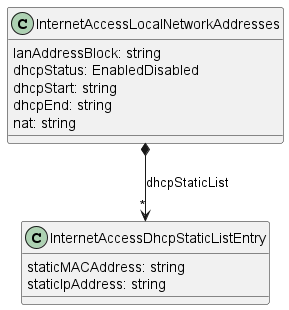
Earlier version of the PlantUML export documentation/productSchema/ip/internetAccess/MEF 139.1 resources/media/17LocalNetworkAddress.png (MEF-GIT/MEF-LSO-Sonata-SDK).
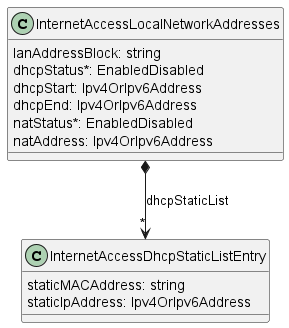
The same diagram one commit later.

Diff of the diagram source:
```diff
@@ -2,18 +2,24 @@
 class InternetAccessLocalNetworkAddresses {
 
     lanAddressBlock: string
-    dhcpStatus: EnabledDisabled
-    dhcpStart: string
-    dhcpEnd: string
-    nat: string
+    dhcpStatus*: EnabledDisabled
+    dhcpStart: Ipv4OrIpv6Address
+    dhcpEnd: Ipv4OrIpv6Address
+    natStatus*: EnabledDisabled
+    natAddress: Ipv4OrIpv6Address
 }
 
+
 InternetAccessLocalNetworkAddresses *-->"*" InternetAccessDhcpStaticListEntry : dhcpStaticList
+
 
 class InternetAccessDhcpStaticListEntry {
 
     staticMACAddress: string
-    staticIpAddress: string
+    staticIpAddress: Ipv4OrIpv6Address
+}
+
+
 }
 
 
```
